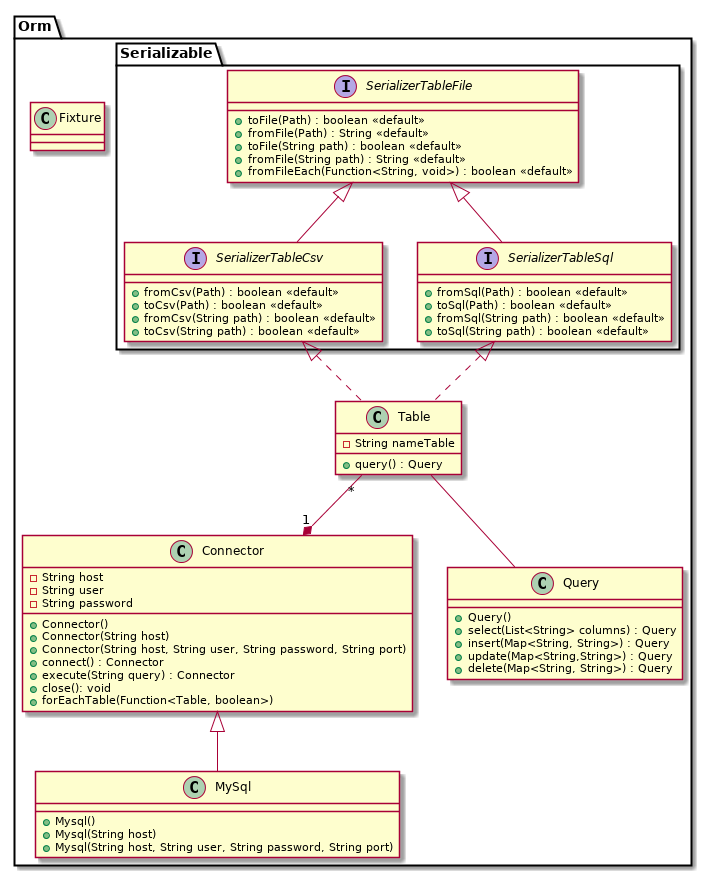
Izanami/autoconcept-app keeps this PlantUML diagram as doc/class/models.png. Above is the earlier version.
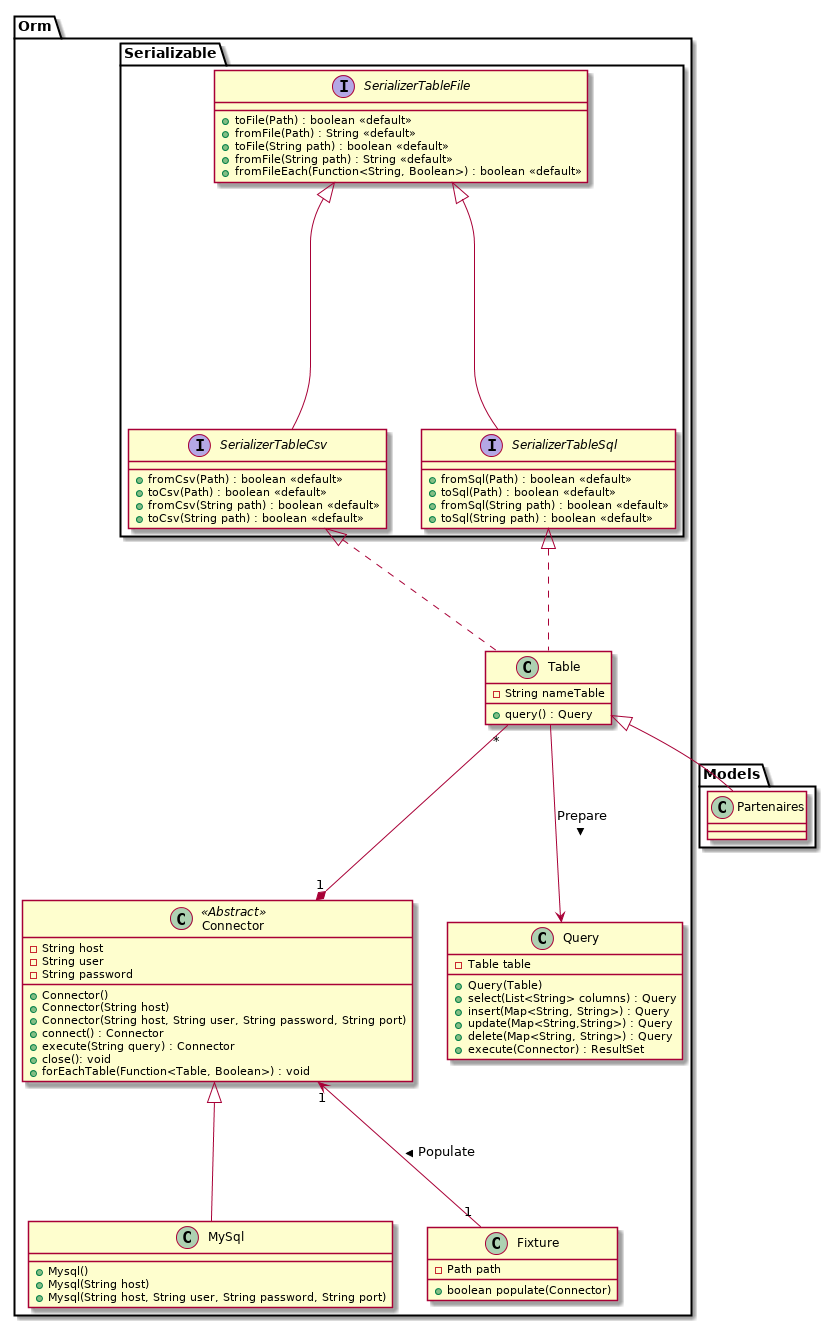
After the commit.

Commit message:
UML : Fixture

Change to the diagram source:
```diff
@@ -8,7 +8,7 @@
     + fromFile(Path) : String <<default>>
     + toFile(String path) : boolean <<default>>
     + fromFile(String path) : String <<default>>
-    + fromFileEach(Function<String, void>) : boolean <<default>>
+    + fromFileEach(Function<String, Boolean>) : boolean <<default>>
 }
 
 interface SerializerTableCsv{
@@ -27,7 +27,7 @@
 
 }
 
-class Connector {
+class Connector <<Abstract>> {
     - String host
     - String user
     - String password
@@ -39,7 +39,7 @@
     + connect() : Connector
     + execute(String query) : Connector
     + close(): void
-    + forEachTable(Function<Table, boolean>)
+    + forEachTable(Function<Table, Boolean>) : void
 }
 
 class MySql {
@@ -48,17 +48,16 @@
     + Mysql(String host, String user, String password, String port)
 }
 
-class Fixture {
-}
+class Query {
+    - Table table
 
-class Query {
-
-    + Query()
+    + Query(Table)
 
     + select(List<String> columns) : Query
     + insert(Map<String, String>) : Query
     + update(Map<String,String>) : Query
     + delete(Map<String, String>) : Query
+    + execute(Connector) : ResultSet
 }
 
 class Table {
@@ -66,9 +65,15 @@
     + query() : Query
 }
 
+class Fixture {
+    - Path path
+    + boolean populate(Connector)
+}
+
 Connector <|-- MySql
 Table "*" --* "1" Connector
-Table -- Query
+Table --> Query : Prepare >
+Connector "1" <-- "1" Fixture : Populate <
 
 SerializerTableSql  <|.. Table
 SerializerTableCsv  <|.. Table
@@ -76,4 +81,12 @@
 SerializerTableFile  <|-- SerializerTableSql
 }
 
+package Models {
+    class Partenaires {
+
+    }
+
+    Table <|-- Partenaires
+}
+
 @enduml
```
